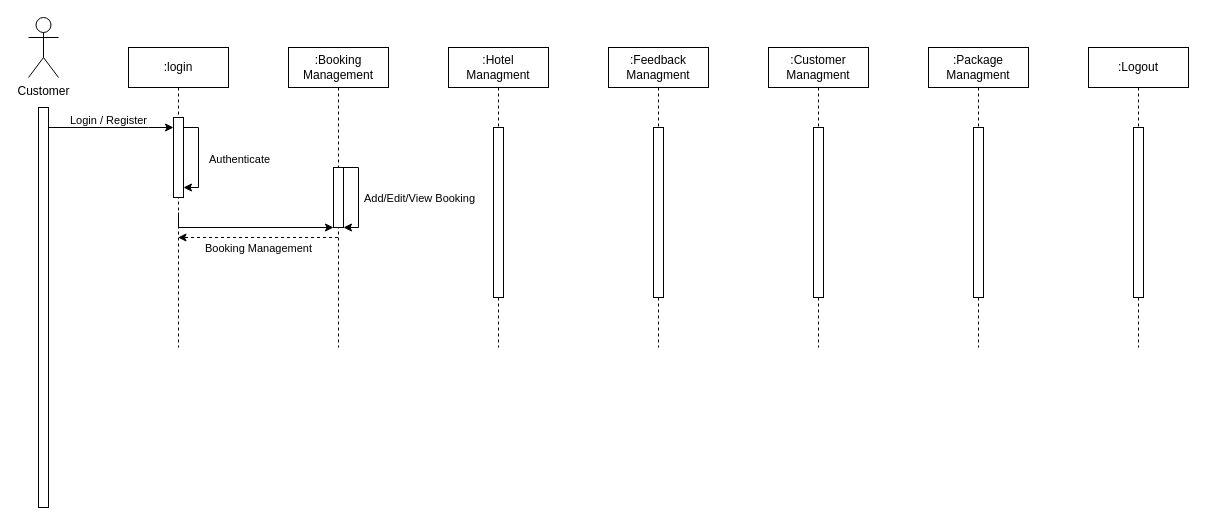
ziard47/Diagram keeps this draw.io diagram as sequence dr.drawio. Above is the earlier version. Source tidied: cells renumbered, new cells numbered last; positions are measured from the earlier drawing's top-left corner, leaving out a move shared by most shapes. Both pictures are drawn from the tidied source at 100%, with x=0, y=0 at pixel (28, 17).
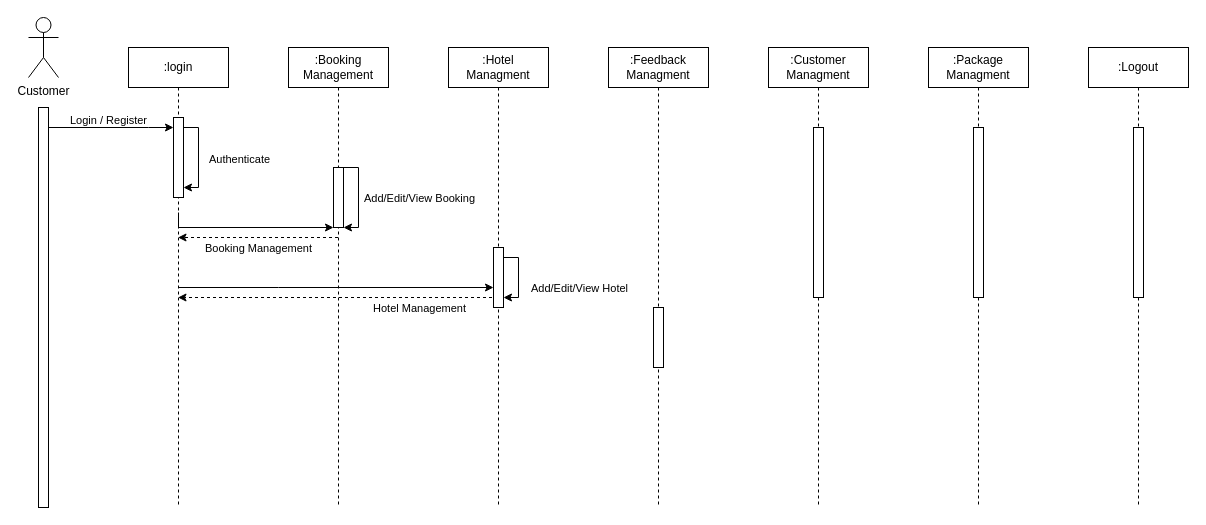
After the change.

Diff of the diagram source:
```diff
@@
+    <mxCell id="27" style="edgeStyle=elbowEdgeStyle;rounded=0;jettySize=auto;html=1;elbow=vertical;curved=0;" parent="1" edge="1" source="2" target="13">
+      <mxGeometry relative="1" as="geometry">
+        <Array as="points">
+          <mxPoint x="250" y="270" />
+          <mxPoint x="290" y="270" />
+          <mxPoint x="250" y="280" />
+        </Array>
+      </mxGeometry>
+    </mxCell>
     <mxCell id="2" value=":login" style="shape=umlLifeline;perimeter=lifelinePerimeter;whiteSpace=wrap;html=1;outlineConnect=0;portConstraint=eastwest;newEdgeStyle={&quot;edgeStyle&quot;:&quot;elbowEdgeStyle&quot;,&quot;elbow&quot;:&quot;vertical&quot;,&quot;curved&quot;:0,&quot;rounded&quot;:0};" parent="1" vertex="1">
-      <mxGeometry x="100" y="30" width="100" height="300" as="geometry" />
+      <mxGeometry x="100" y="30" width="100" height="460" as="geometry" />
     </mxCell>
@@
     <mxCell id="8" value=":Booking Management" style="shape=umlLifeline;perimeter=lifelinePerimeter;whiteSpace=wrap;html=1;outlineConnect=0;portConstraint=eastwest;newEdgeStyle={&quot;edgeStyle&quot;:&quot;elbowEdgeStyle&quot;,&quot;elbow&quot;:&quot;vertical&quot;,&quot;curved&quot;:0,&quot;rounded&quot;:0};" parent="1" vertex="1">
-      <mxGeometry x="260" y="30" width="100" height="300" as="geometry" />
+      <mxGeometry x="260" y="30" width="100" height="460" as="geometry" />
     </mxCell>
@@
+    <mxCell id="28" style="edgeStyle=elbowEdgeStyle;rounded=0;jettySize=auto;html=1;elbow=vertical;curved=0;dashed=1;" parent="1" edge="1" source="12" target="2">
+      <mxGeometry relative="1" as="geometry">
+        <Array as="points">
+          <mxPoint x="290" y="280" />
+        </Array>
+      </mxGeometry>
+    </mxCell>
     <mxCell id="12" value=":Hotel Managment" style="shape=umlLifeline;perimeter=lifelinePerimeter;whiteSpace=wrap;html=1;outlineConnect=0;portConstraint=eastwest;newEdgeStyle={&quot;edgeStyle&quot;:&quot;elbowEdgeStyle&quot;,&quot;elbow&quot;:&quot;vertical&quot;,&quot;curved&quot;:0,&quot;rounded&quot;:0};" parent="1" vertex="1">
-      <mxGeometry x="420" y="30" width="100" height="300" as="geometry" />
+      <mxGeometry x="420" y="30" width="100" height="460" as="geometry" />
     </mxCell>
     <mxCell id="13" style="html=1;points=[];perimeter=orthogonalPerimeter;outlineConnect=0;targetShapes=umlLifeline;portConstraint=eastwest;newEdgeStyle={&quot;edgeStyle&quot;:&quot;elbowEdgeStyle&quot;,&quot;elbow&quot;:&quot;vertical&quot;,&quot;curved&quot;:0,&quot;rounded&quot;:0};" parent="12" vertex="1">
-      <mxGeometry x="45" y="80" width="10" height="170" as="geometry" />
+      <mxGeometry x="45" y="200" width="10" height="60" as="geometry" />
     </mxCell>
+    <mxCell id="29" style="edgeStyle=elbowEdgeStyle;rounded=0;orthogonalLoop=1;jettySize=auto;html=1;elbow=vertical;curved=0;" parent="12" edge="1" source="13" target="13">
+      <mxGeometry relative="1" as="geometry">
+        <Array as="points">
+          <mxPoint x="70" y="250" />
+        </Array>
+      </mxGeometry>
+    </mxCell>
     <mxCell id="14" value=":Feedback Managment" style="shape=umlLifeline;perimeter=lifelinePerimeter;whiteSpace=wrap;html=1;newEdgeStyle={&quot;edgeStyle&quot;:&quot;elbowEdgeStyle&quot;,&quot;elbow&quot;:&quot;vertical&quot;,&quot;curved&quot;:0,&quot;rounded&quot;:0};" parent="1" vertex="1">
-      <mxGeometry x="580" y="30" width="100" height="300" as="geometry" />
+      <mxGeometry x="580" y="30" width="100" height="460" as="geometry" />
     </mxCell>
     <mxCell id="15" style="html=1;perimeter=orthogonalPerimeter;targetShapes=umlLifeline;newEdgeStyle={&quot;edgeStyle&quot;:&quot;elbowEdgeStyle&quot;,&quot;elbow&quot;:&quot;vertical&quot;,&quot;curved&quot;:0,&quot;rounded&quot;:0};" parent="14" vertex="1">
-      <mxGeometry x="45" y="80" width="10" height="170" as="geometry" />
+      <mxGeometry x="45" y="260" width="10" height="60" as="geometry" />
     </mxCell>
     <mxCell id="16" value=":Customer Managment" style="shape=umlLifeline;perimeter=lifelinePerimeter;whiteSpace=wrap;html=1;newEdgeStyle={&quot;edgeStyle&quot;:&quot;elbowEdgeStyle&quot;,&quot;elbow&quot;:&quot;vertical&quot;,&quot;curved&quot;:0,&quot;rounded&quot;:0};" parent="1" vertex="1">
-      <mxGeometry x="740" y="30" width="100" height="300" as="geometry" />
+      <mxGeometry x="740" y="30" width="100" height="460" as="geometry" />
     </mxCell>
@@
     <mxCell id="18" value=":Package Managment" style="shape=umlLifeline;perimeter=lifelinePerimeter;whiteSpace=wrap;html=1;newEdgeStyle={&quot;edgeStyle&quot;:&quot;elbowEdgeStyle&quot;,&quot;elbow&quot;:&quot;vertical&quot;,&quot;curved&quot;:0,&quot;rounded&quot;:0};" parent="1" vertex="1">
-      <mxGeometry x="900" y="30" width="100" height="300" as="geometry" />
+      <mxGeometry x="900" y="30" width="100" height="460" as="geometry" />
     </mxCell>
@@
     <mxCell id="25" value=":Logout" style="shape=umlLifeline;perimeter=lifelinePerimeter;whiteSpace=wrap;html=1;newEdgeStyle={&quot;edgeStyle&quot;:&quot;elbowEdgeStyle&quot;,&quot;elbow&quot;:&quot;vertical&quot;,&quot;curved&quot;:0,&quot;rounded&quot;:0};" parent="1" vertex="1">
-      <mxGeometry x="1060" y="30" width="100" height="300" as="geometry" />
+      <mxGeometry x="1060" y="30" width="100" height="460" as="geometry" />
     </mxCell>
@@
+    <mxCell id="30" value="Hotel Management" style="edgeLabel;html=1;align=center;verticalAlign=middle;" parent="1" vertex="1">
+      <mxGeometry x="390" y="290" as="geometry" />
+    </mxCell>
+    <mxCell id="31" value="Add/Edit/View Hotel" style="edgeLabel;html=1;align=center;verticalAlign=middle;" parent="1" vertex="1">
+      <mxGeometry x="550" y="270" as="geometry" />
+    </mxCell>
```
